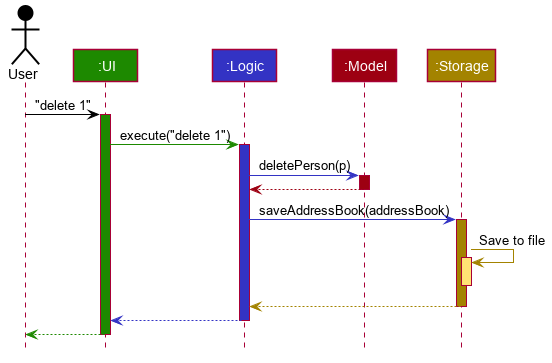
Earlier version of the PlantUML export docs/images/ArchitectureSequenceDiagram.png (nus-cs2103-AY1920S1/addressbook-level3).
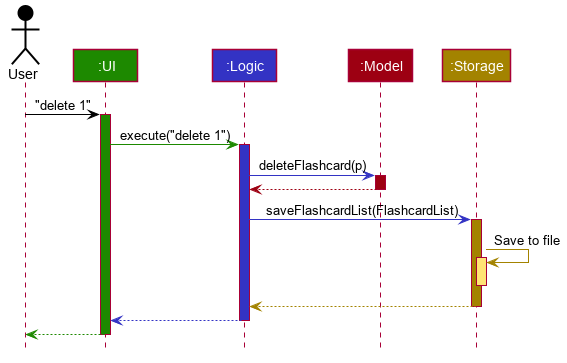
The same diagram one commit later.

Change to the diagram source:
```diff
@@ -60,13 +60,13 @@
 ui -[#1D8900]> logic : execute("delete 1")
 activate logic #3333C4
 
-logic -[#3333C4]> model : deletePerson(p)
+logic -[#3333C4]> model : deleteFlashcard(p)
 activate model #9D0012
 
 model -[#9D0012]-> logic
 deactivate model
 
-logic -[#3333C4]> storage : saveAddressBook(addressBook)
+logic -[#3333C4]> storage : saveFlashcardList(FlashcardList)
 activate storage #A38300
 
 storage -[#A38300]> storage : Save to file
```
